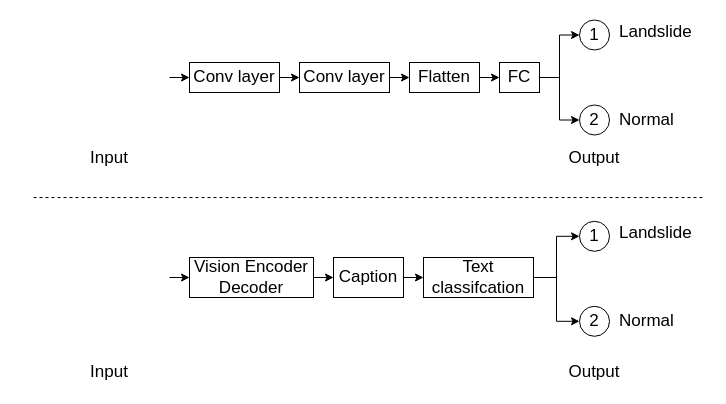
The draw.io diagram page "Page-5" (4 of 4) of Architecture.drawio in MingNarongthat/Anomaly_Transformers, before the edit. Source tidied: cells renumbered, new cells numbered last; positions are measured from the earlier drawing's top-left corner, leaving out a move shared by most shapes. Both pictures are drawn from the tidied source at 100%, with x=0, y=0 at pixel (33, 17).
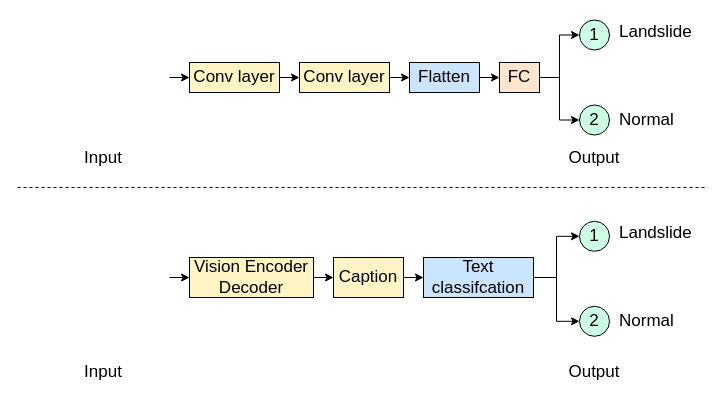
The same diagram, later.

Change to the diagram source:
```diff
@@
-    <mxCell id="4" value="Conv layer" style="rounded=0;whiteSpace=wrap;html=1;fontSize=17;" parent="1" vertex="1">
+    <mxCell id="4" value="Conv layer" style="rounded=0;whiteSpace=wrap;html=1;fontSize=17;fillColor=#FFF4C3;" parent="1" vertex="1">
       <mxGeometry x="156" y="45" width="90" height="30" as="geometry" />
     </mxCell>
@@
-    <mxCell id="6" value="Conv layer" style="rounded=0;whiteSpace=wrap;html=1;fontSize=17;" parent="1" vertex="1">
+    <mxCell id="6" value="Conv layer" style="rounded=0;whiteSpace=wrap;html=1;fontSize=17;fillColor=#FFF4C3;" parent="1" vertex="1">
       <mxGeometry x="266" y="45" width="90" height="30" as="geometry" />
     </mxCell>
@@
-    <mxCell id="8" value="Flatten" style="rounded=0;whiteSpace=wrap;html=1;fontSize=17;" parent="1" vertex="1">
+    <mxCell id="8" value="Flatten" style="rounded=0;whiteSpace=wrap;html=1;fontSize=17;fillColor=#CCE5FF;" parent="1" vertex="1">
       <mxGeometry x="376" y="45" width="70" height="30" as="geometry" />
     </mxCell>
@@
-    <mxCell id="11" value="FC" style="rounded=0;whiteSpace=wrap;html=1;fontSize=17;" parent="1" vertex="1">
+    <mxCell id="11" value="FC" style="rounded=0;whiteSpace=wrap;html=1;fontSize=17;fillColor=#FFE6CC;" parent="1" vertex="1">
       <mxGeometry x="466" y="45" width="40" height="30" as="geometry" />
     </mxCell>
@@
-    <mxCell id="13" style="group;" parent="1" vertex="1">
+    <mxCell id="13" style="group;fillColor=none;" parent="1" vertex="1">
       <mxGeometry x="546" y="2.5" width="30" height="115" as="geometry" />
     </mxCell>
-    <mxCell id="14" value="1" style="ellipse;whiteSpace=wrap;html=1;fontSize=17;" parent="13" vertex="1">
-      <mxGeometry width="30" height="30" as="geometry" />
-    </mxCell>
-    <mxCell id="15" value="2" style="ellipse;whiteSpace=wrap;html=1;fontSize=17;" parent="13" vertex="1">
-      <mxGeometry y="85" width="30" height="30" as="geometry" />
-    </mxCell>
@@
     <mxCell id="17" value="Input" style="rounded=0;whiteSpace=wrap;html=1;fontSize=17;fillColor=none;strokeColor=none;align=center;" parent="1" vertex="1">
-      <mxGeometry x="31" y="126" width="90" height="30" as="geometry" />
+      <mxGeometry x="25" y="126" width="90" height="30" as="geometry" />
     </mxCell>
@@
-    <mxCell id="21" value="Vision Encoder Decoder" style="rounded=0;whiteSpace=wrap;html=1;fontSize=17;" parent="1" vertex="1">
+    <mxCell id="21" value="Vision Encoder Decoder" style="rounded=0;whiteSpace=wrap;html=1;fontSize=17;fillColor=#FFF4C3;" parent="1" vertex="1">
       <mxGeometry x="156" y="240" width="124" height="40" as="geometry" />
     </mxCell>
@@
-    <mxCell id="23" value="Caption" style="rounded=0;whiteSpace=wrap;html=1;fontSize=17;" parent="1" vertex="1">
+    <mxCell id="23" value="Caption" style="rounded=0;whiteSpace=wrap;html=1;fontSize=17;fillColor=#FFF4C3;" parent="1" vertex="1">
       <mxGeometry x="300" y="240" width="70" height="40" as="geometry" />
     </mxCell>
@@
-    <mxCell id="26" value="Text classifcation" style="rounded=0;whiteSpace=wrap;html=1;fontSize=17;" parent="1" vertex="1">
+    <mxCell id="26" value="Text classifcation" style="rounded=0;whiteSpace=wrap;html=1;fontSize=17;fillColor=#CCE5FF;" parent="1" vertex="1">
       <mxGeometry x="390" y="240" width="110" height="40" as="geometry" />
     </mxCell>
@@
-    <mxCell id="28" style="group;" parent="1" vertex="1">
+    <mxCell id="28" style="group;fillColor=none;" parent="1" vertex="1">
       <mxGeometry x="546" y="203.8" width="30" height="115" as="geometry" />
     </mxCell>
-    <mxCell id="29" value="1" style="ellipse;whiteSpace=wrap;html=1;fontSize=17;" parent="28" vertex="1">
-      <mxGeometry width="30" height="30" as="geometry" />
-    </mxCell>
-    <mxCell id="30" value="2" style="ellipse;whiteSpace=wrap;html=1;fontSize=17;" parent="28" vertex="1">
-      <mxGeometry y="85" width="30" height="30" as="geometry" />
-    </mxCell>
@@
     <mxCell id="33" value="Input" style="rounded=0;whiteSpace=wrap;html=1;fontSize=17;fillColor=none;strokeColor=none;align=center;" parent="1" vertex="1">
-      <mxGeometry x="31" y="340" width="90" height="30" as="geometry" />
+      <mxGeometry x="25" y="340" width="90" height="30" as="geometry" />
     </mxCell>
     <mxCell id="34" style="endArrow=none;dashed=1;html=1;rounded=0;fontSize=16;" parent="1" edge="1">
       <mxGeometry relative="1" as="geometry">
-        <mxPoint y="180" as="sourcePoint" />
-        <mxPoint x="670" y="180" as="targetPoint" />
+        <mxPoint x="-16" y="170" as="sourcePoint" />
+        <mxPoint x="674" y="170" as="targetPoint" />
       </mxGeometry>
     </mxCell>
+    <mxCell id="29" value="1" style="ellipse;whiteSpace=wrap;html=1;fontSize=17;fillColor=#CCFFE6;" parent="1" vertex="1">
+      <mxGeometry x="546" y="203.8" width="30" height="30" as="geometry" />
+    </mxCell>
+    <mxCell id="30" value="2" style="ellipse;whiteSpace=wrap;html=1;fontSize=17;fillColor=#CCFFE6;" parent="1" vertex="1">
+      <mxGeometry x="546" y="288.8" width="30" height="30" as="geometry" />
+    </mxCell>
+    <mxCell id="14" value="1" style="ellipse;whiteSpace=wrap;html=1;fontSize=17;fillColor=#CCFFE6;" parent="1" vertex="1">
+      <mxGeometry x="546" y="2.5" width="30" height="30" as="geometry" />
+    </mxCell>
+    <mxCell id="15" value="2" style="ellipse;whiteSpace=wrap;html=1;fontSize=17;fillColor=#CCFFE6;" parent="1" vertex="1">
+      <mxGeometry x="546" y="87.5" width="30" height="30" as="geometry" />
+    </mxCell>
```
